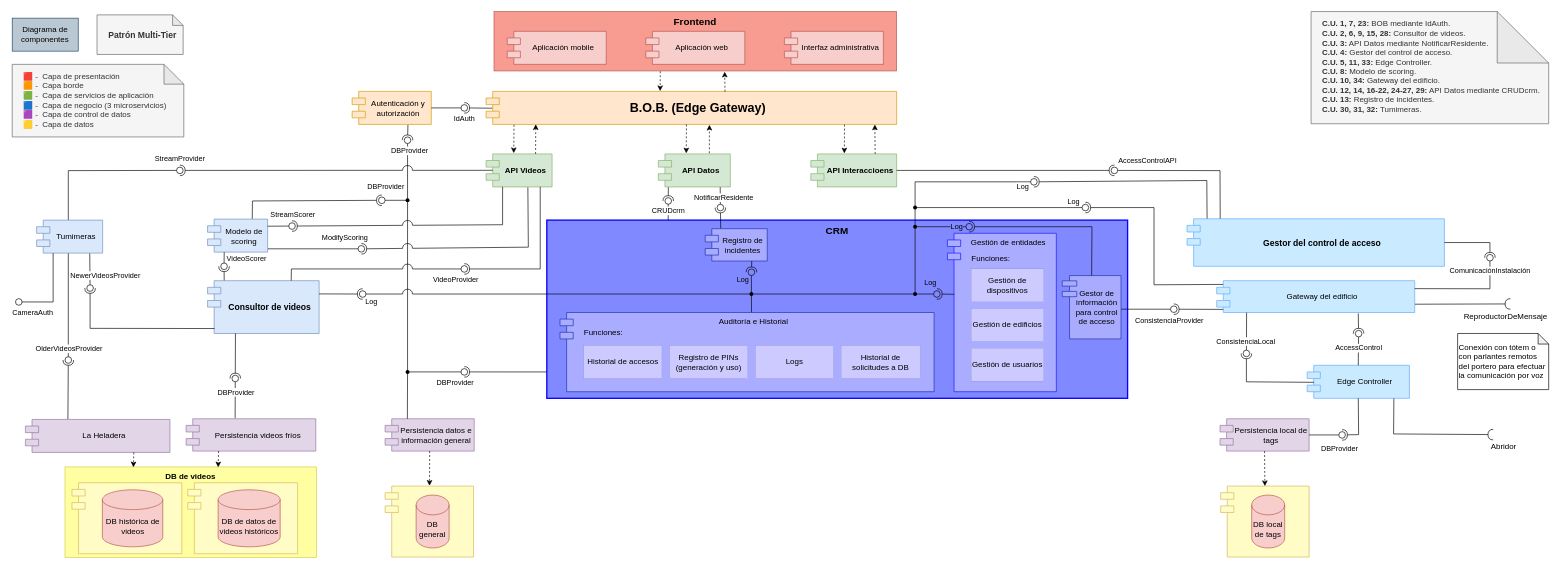
The draw.io diagram Documentación de la arquitectura/Diagramas/Editables-drawio/Diagrama-de-componentes.drawio in LIMoreno04/Caso-de-estudio---WolfSys---Arquitectura, before the edit. Source tidied: cells renumbered, new cells numbered last; positions are measured from the earlier drawing's top-left corner, leaving out a move shared by most shapes. Both pictures are drawn from the tidied source at 66%, with x=0, y=0 at pixel (12, 11).
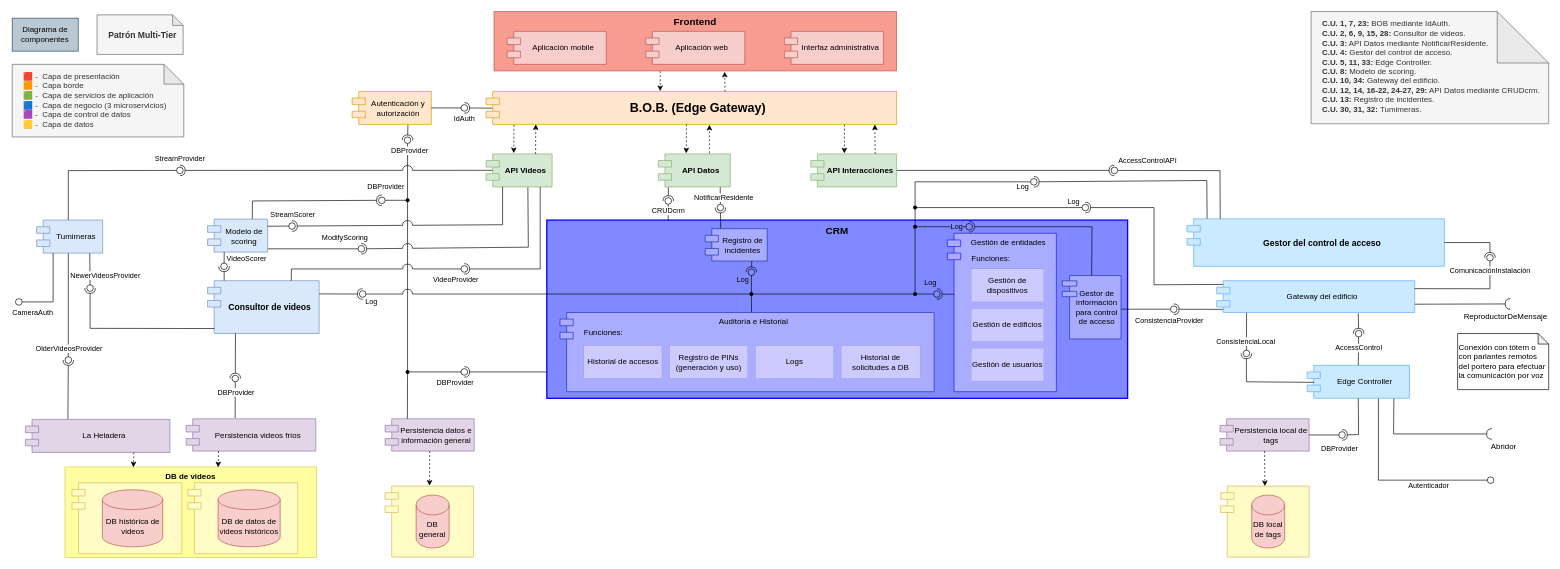
The same diagram, later.

Commit message (it also covers changes not shown here):
nuevo diagrama de secuancia

The change refers to these unchanged cells:
```xml
<mxCell id="116" value="Edge Controller" style="shape=module;align=left;spacingLeft=20;align=center;verticalAlign=middle;whiteSpace=wrap;html=1;fillColor=#CAEAFF;strokeColor=#5DA8FF;" parent="1" vertex="1">
  <mxGeometry x="1962" y="536" width="155" height="50" as="geometry" />
</mxCell>
```

The edit, as a diff of the source:
```diff
@@
-    <mxCell id="25" value="API Interaccioens" style="shape=module;align=left;spacingLeft=20;align=center;verticalAlign=middle;whiteSpace=wrap;html=1;fontStyle=1;fillColor=#d5e8d4;strokeColor=#82b366;" parent="1" vertex="1">
+    <mxCell id="25" value="API Interacciones" style="shape=module;align=left;spacingLeft=20;align=center;verticalAlign=middle;whiteSpace=wrap;html=1;fontStyle=1;fillColor=#d5e8d4;strokeColor=#82b366;" parent="1" vertex="1">
       <mxGeometry x="1210" y="215.7" width="130" height="50" as="geometry" />
     </mxCell>
@@
     <mxCell id="186" style="rounded=0;jettySize=auto;html=1;endArrow=halfCircle;endFill=0;endSize=6;strokeWidth=1;sketch=0;exitX=0.848;exitY=1.006;exitDx=0;exitDy=0;exitPerimeter=0;" parent="1" edge="1" source="116">
       <mxGeometry relative="1" as="geometry">
-        <mxPoint x="2244" y="641" as="targetPoint" />
+        <mxPoint x="2242" y="640" as="targetPoint" />
         <Array as="points">
           <mxPoint x="2093" y="640" />
         </Array>
       </mxGeometry>
     </mxCell>
@@
+    <mxCell id="194" style="rounded=0;jettySize=auto;html=1;endArrow=oval;endFill=0;sketch=0;sourcePerimeterSpacing=0;targetPerimeterSpacing=0;endSize=10;exitX=0.697;exitY=1.011;exitDx=0;exitDy=0;exitPerimeter=0;" parent="1" edge="1" source="116">
+      <mxGeometry relative="1" as="geometry">
+        <mxPoint x="2240" y="710" as="targetPoint" />
+        <Array as="points">
+          <mxPoint x="2070" y="710" />
+        </Array>
+      </mxGeometry>
+    </mxCell>
+    <mxCell id="195" value="Autenticador" style="edgeLabel;html=1;align=center;verticalAlign=middle;" parent="194" vertex="1">
+      <mxGeometry x="0.36" y="-1" relative="1" as="geometry">
+        <mxPoint x="-1" y="6" as="offset" />
+      </mxGeometry>
+    </mxCell>
```
